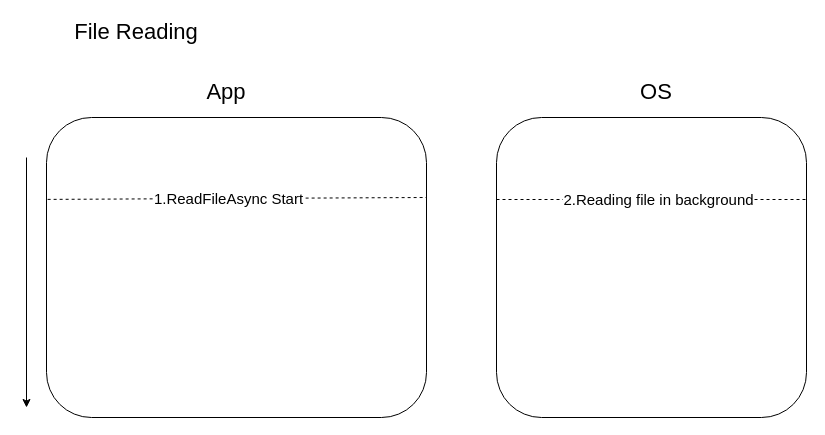
Above: page "async" (4 of 4) of vendoraDesign.drawio in oasisHello/tensorly (draw.io), before the change. Source tidied: cells renumbered, new cells numbered last; positions are measured from the earlier drawing's top-left corner, leaving out a move shared by most shapes. Both pictures are drawn from the tidied source at 100%, with x=0, y=0 at pixel (26, 17).
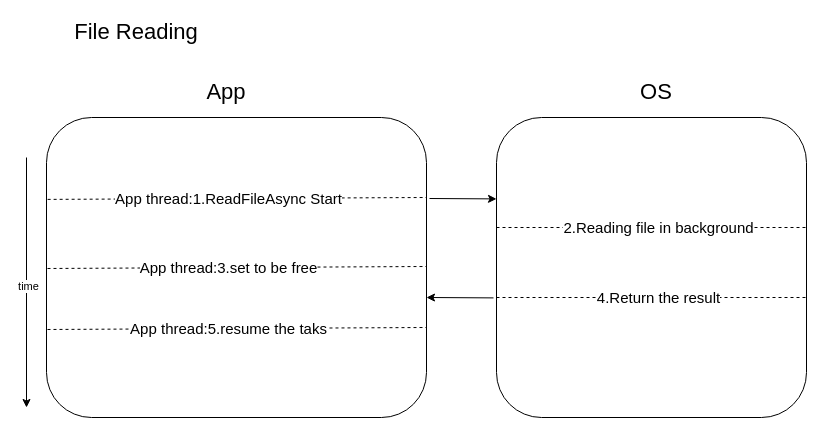
After the change.

The change refers to these unchanged cells:
```xml
<mxCell id="7" style="endArrow=classic;html=1;rounded=0;" parent="1" edge="1">
  <mxGeometry relative="1" as="geometry">
    <mxPoint y="140" as="sourcePoint" />
    <mxPoint y="390" as="targetPoint" />
  </mxGeometry>
</mxCell>
<mxCell id="8" style="endArrow=none;dashed=1;html=1;rounded=0;exitX=0.003;exitY=0.273;exitDx=0;exitDy=0;exitPerimeter=0;" parent="1" edge="1" source="3">
  <mxGeometry relative="1" as="geometry">
    <mxPoint x="400" y="180" as="targetPoint" />
  </mxGeometry>
</mxCell>
```

What changed in the source:
```diff
@@
+    <mxCell id="12" value="time" style="edgeLabel;html=1;align=center;verticalAlign=middle;" parent="7" vertex="1">
+      <mxGeometry x="0.02" y="1" relative="1" as="geometry" />
+    </mxCell>
@@
-    <mxCell id="9" value="&lt;font style=&quot;font-size: 15px;&quot;&gt;1.ReadFileAsync Start&lt;/font&gt;" style="edgeLabel;html=1;align=center;verticalAlign=middle;" parent="8" vertex="1">
+    <mxCell id="9" value="&lt;font style=&quot;font-size: 15px;&quot;&gt;App thread:1.ReadFileAsync Start&lt;/font&gt;" style="edgeLabel;html=1;align=center;verticalAlign=middle;" parent="8" vertex="1">
       <mxGeometry x="-0.45" y="-1" relative="1" as="geometry">
         <mxPoint x="76" y="-2" as="offset" />
       </mxGeometry>
     </mxCell>
     <mxCell id="10" style="endArrow=none;dashed=1;html=1;rounded=0;exitX=0.003;exitY=0.273;exitDx=0;exitDy=0;exitPerimeter=0;" parent="1" edge="1">
       <mxGeometry relative="1" as="geometry">
-        <mxPoint x="470" y="182" as="sourcePoint" />
-        <mxPoint x="780" y="182" as="targetPoint" />
+        <mxPoint x="470" y="210" as="sourcePoint" />
+        <mxPoint x="780" y="210" as="targetPoint" />
       </mxGeometry>
     </mxCell>
@@
+    <mxCell id="13" style="endArrow=none;dashed=1;html=1;rounded=0;exitX=0.003;exitY=0.273;exitDx=0;exitDy=0;exitPerimeter=0;" parent="1" edge="1">
+      <mxGeometry relative="1" as="geometry">
+        <mxPoint x="21" y="251" as="sourcePoint" />
+        <mxPoint x="400" y="249" as="targetPoint" />
+      </mxGeometry>
+    </mxCell>
+    <mxCell id="14" value="&lt;font style=&quot;font-size: 15px;&quot;&gt;App thread:3.set to be free&lt;/font&gt;" style="edgeLabel;html=1;align=center;verticalAlign=middle;" parent="13" vertex="1">
+      <mxGeometry x="-0.45" y="-1" relative="1" as="geometry">
+        <mxPoint x="76" y="-2" as="offset" />
+      </mxGeometry>
+    </mxCell>
+    <mxCell id="15" style="endArrow=classic;html=1;rounded=0;exitX=1.008;exitY=0.282;exitDx=0;exitDy=0;exitPerimeter=0;" parent="1" edge="1">
+      <mxGeometry relative="1" as="geometry">
+        <mxPoint x="403" y="181" as="sourcePoint" />
+        <mxPoint x="470" y="181.4" as="targetPoint" />
+      </mxGeometry>
+    </mxCell>
+    <mxCell id="16" style="endArrow=none;dashed=1;html=1;rounded=0;exitX=0.003;exitY=0.273;exitDx=0;exitDy=0;exitPerimeter=0;" parent="1" edge="1">
+      <mxGeometry relative="1" as="geometry">
+        <mxPoint x="470" y="280" as="sourcePoint" />
+        <mxPoint x="780" y="280" as="targetPoint" />
+      </mxGeometry>
+    </mxCell>
+    <mxCell id="17" value="&lt;font style=&quot;font-size: 15px;&quot;&gt;4.Return the result&lt;/font&gt;" style="edgeLabel;html=1;align=center;verticalAlign=middle;" parent="16" vertex="1">
+      <mxGeometry x="-0.45" y="-1" relative="1" as="geometry">
+        <mxPoint x="76" y="-2" as="offset" />
+      </mxGeometry>
+    </mxCell>
+    <mxCell id="18" style="endArrow=none;dashed=1;html=1;rounded=0;exitX=0.003;exitY=0.273;exitDx=0;exitDy=0;exitPerimeter=0;" parent="1" edge="1">
+      <mxGeometry relative="1" as="geometry">
+        <mxPoint x="21" y="312" as="sourcePoint" />
+        <mxPoint x="400" y="310" as="targetPoint" />
+      </mxGeometry>
+    </mxCell>
+    <mxCell id="19" value="&lt;font style=&quot;font-size: 15px;&quot;&gt;App thread:5.resume the taks&lt;/font&gt;" style="edgeLabel;html=1;align=center;verticalAlign=middle;" parent="18" vertex="1">
+      <mxGeometry x="-0.45" y="-1" relative="1" as="geometry">
+        <mxPoint x="76" y="-2" as="offset" />
+      </mxGeometry>
+    </mxCell>
+    <mxCell id="20" style="endArrow=classic;html=1;rounded=0;exitX=1.008;exitY=0.282;exitDx=0;exitDy=0;exitPerimeter=0;" parent="1" edge="1">
+      <mxGeometry relative="1" as="geometry">
+        <mxPoint x="467" y="280.4" as="sourcePoint" />
+        <mxPoint x="400" y="280" as="targetPoint" />
+      </mxGeometry>
+    </mxCell>
```
